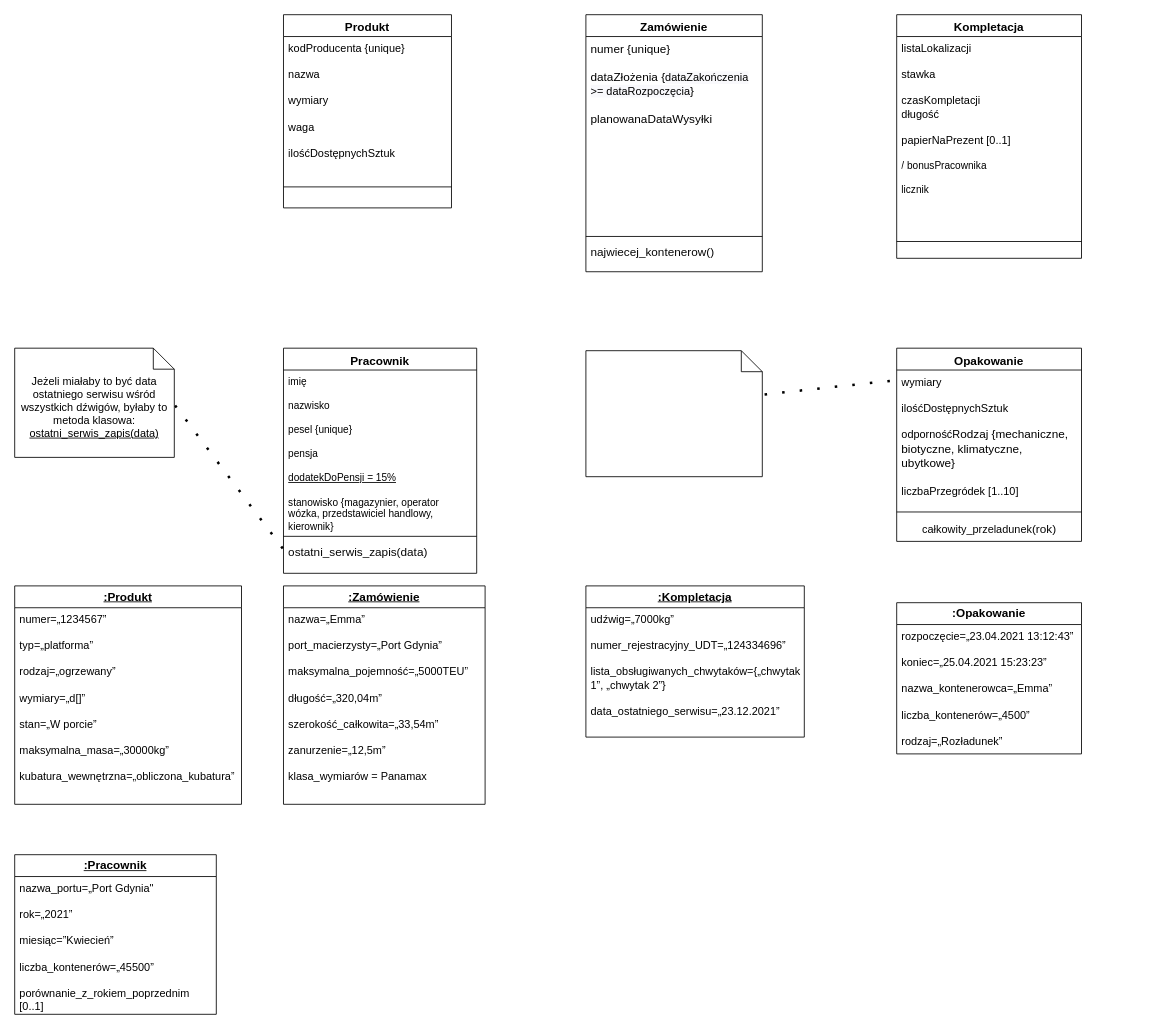
Earlier version of the draw.io diagram pri_dk_nowacki_mateuszs26264.drawio (mateusz-nowacki/uml-projects). Source tidied: cells renumbered, new cells numbered last; positions are measured from the earlier drawing's top-left corner, leaving out a move shared by most shapes. Both pictures are drawn from the tidied source at 84%, with x=0, y=0 at pixel (14, 14).
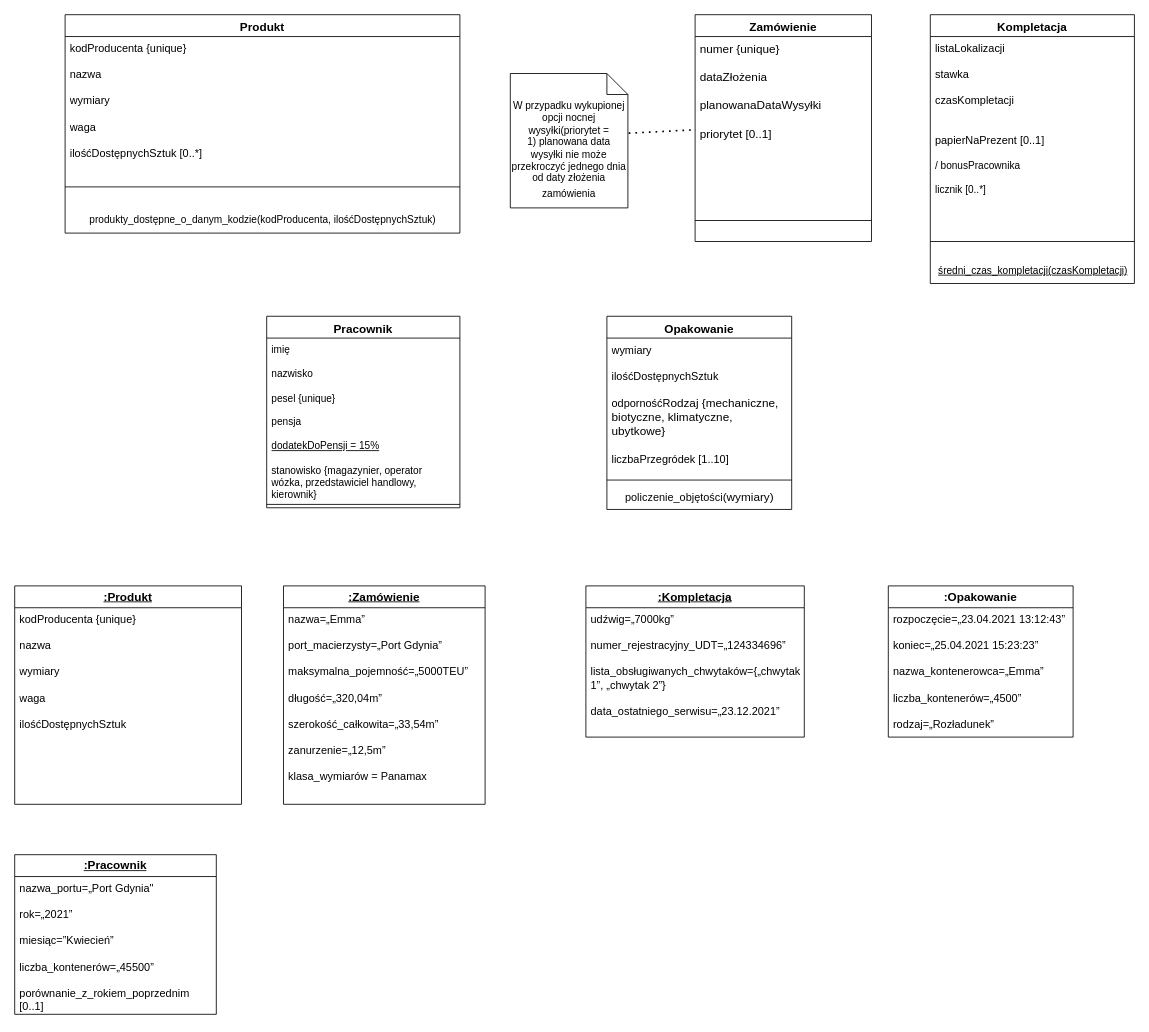
The same page after the edit.

Unchanged cells that the change refers to:
```xml
<mxCell id="20" value="&lt;font size=&quot;2&quot;&gt;wymiary&lt;/font&gt;&lt;br&gt;&lt;div&gt;&lt;font style=&quot;font-size: 13px;&quot;&gt;&lt;br&gt;ilośćDostępnychSztuk&lt;/font&gt;&lt;/div&gt;&lt;div&gt;&lt;font style=&quot;font-size: 13px;&quot;&gt;&lt;br&gt;odpornośćR&lt;/font&gt;&lt;span style=&quot;font-size: 14px;&quot;&gt;odzaj {mechaniczne, biotyczne, klimatyczne, ubytkowe}&lt;/span&gt;&lt;/div&gt;&lt;div&gt;&lt;span style=&quot;font-size: 14px;&quot;&gt;&lt;br&gt;&lt;/span&gt;&lt;/div&gt;&lt;div&gt;&lt;font style=&quot;font-size: 13px;&quot;&gt;liczbaPrzegródek [1..10]&lt;/font&gt;&lt;/div&gt;" style="text;strokeColor=none;fillColor=none;align=left;verticalAlign=top;spacingLeft=4;spacingRight=4;overflow=hidden;points=[[0,0.5],[1,0.5]];portConstraint=eastwest;whiteSpace=wrap;html=1;" parent="19" vertex="1">
  <mxGeometry y="26" width="220" height="164" as="geometry" />
</mxCell>
<mxCell id="24" value="&lt;span style=&quot;text-align: left;&quot;&gt;&lt;font style=&quot;font-size: 14px;&quot;&gt;&lt;b&gt;&lt;u&gt;:Produkt&lt;/u&gt;&lt;/b&gt;&lt;/font&gt;&lt;/span&gt;" style="swimlane;fontStyle=0;horizontal=1;startSize=26;fillColor=none;whiteSpace=wrap;html=1;" parent="1" vertex="1">
  <mxGeometry y="680" width="270" height="260" as="geometry" />
</mxCell>
```

The edit, as a diff of the source:
```diff
@@
-    <mxCell id="2" style="vsdxID=42;edgeStyle=none;dashed=1;dashPattern=1.00 6.00;startArrow=none;endArrow=none;startSize=5;endSize=5;strokeWidth=3;strokeColor=#000000;spacingTop=0;spacingBottom=0;spacingLeft=0;spacingRight=0;verticalAlign=middle;html=1;labelBackgroundColor=#ffffff;rounded=0;exitX=1.005;exitY=0.525;exitDx=0;exitDy=0;exitPerimeter=0;entryX=-0.001;entryY=0.282;entryDx=0;entryDy=0;entryPerimeter=0;" parent="1" edge="1" source="23" target="7">
-      <mxGeometry relative="1" as="geometry">
-        <mxPoint y="-1" as="offset" />
-      </mxGeometry>
-    </mxCell>
-    <mxCell id="3" style="vsdxID=46;edgeStyle=none;dashed=1;dashPattern=1.00 6.00;startArrow=none;endArrow=none;startSize=5;endSize=5;strokeWidth=3;strokeColor=#000000;spacingTop=0;spacingBottom=0;spacingLeft=0;spacingRight=0;verticalAlign=middle;html=1;labelBackgroundColor=#ffffff;rounded=0;entryX=0;entryY=0.5;entryDx=0;entryDy=0;entryPerimeter=0;exitX=-0.037;exitY=0.079;exitDx=0;exitDy=0;exitPerimeter=0;" parent="1" edge="1" source="20" target="12">
-      <mxGeometry relative="1" as="geometry">
-        <mxPoint x="-1" y="-1" as="offset" />
-      </mxGeometry>
-    </mxCell>
     <mxCell id="4" value="&lt;font style=&quot;font-size: 14px;&quot;&gt;Pracownik&lt;/font&gt;" style="swimlane;fontStyle=1;align=center;verticalAlign=top;horizontal=1;startSize=26;whiteSpace=wrap;html=1;" parent="1" vertex="1">
-      <mxGeometry x="320" y="397" width="230" height="268" as="geometry" />
+      <mxGeometry x="300" y="359" width="230" height="228" as="geometry" />
     </mxCell>
@@
-    <mxCell id="7" value="&lt;span style=&quot;caret-color: rgb(7, 7, 7); color: rgb(7, 7, 7);&quot;&gt;&lt;font style=&quot;font-size: 14px;&quot;&gt;ostatni_serwis_zapis(data)&lt;/font&gt;&lt;/span&gt;" style="text;strokeColor=none;fillColor=none;align=left;verticalAlign=top;spacingLeft=4;spacingRight=4;overflow=hidden;points=[[0,0.5],[1,0.5]];portConstraint=eastwest;whiteSpace=wrap;html=1;" parent="4" vertex="1">
-      <mxGeometry y="228" width="230" height="40" as="geometry" />
-    </mxCell>
     <mxCell id="8" value="&lt;font style=&quot;font-size: 14px;&quot;&gt;Zamówienie&lt;/font&gt;" style="swimlane;fontStyle=1;align=center;verticalAlign=top;horizontal=1;startSize=26;whiteSpace=wrap;html=1;" parent="1" vertex="1">
-      <mxGeometry x="680" width="210" height="306" as="geometry" />
+      <mxGeometry x="810" width="210" height="270" as="geometry" />
     </mxCell>
-    <mxCell id="9" value="&lt;font style=&quot;font-size: 14px;&quot;&gt;numer {unique}&lt;br&gt;&lt;br&gt;dataZłożenia {&lt;span style=&quot;caret-color: rgb(89, 93, 110); font-size: 13px; background-color: rgb(249, 249, 252);&quot;&gt;&lt;font face=&quot;Helvetica&quot;&gt;dataZakończenia &amp;gt;= dataRozpoczęcia&lt;/font&gt;&lt;/span&gt;}&lt;br&gt;&lt;br&gt;planowanaDataWysyłki&lt;br&gt;&lt;br&gt;&lt;br&gt;&lt;br&gt;&lt;/font&gt;" style="text;strokeColor=none;fillColor=none;align=left;verticalAlign=top;spacingLeft=4;spacingRight=4;overflow=hidden;points=[[0,0.5],[1,0.5]];portConstraint=eastwest;whiteSpace=wrap;html=1;" parent="8" vertex="1">
-      <mxGeometry y="26" width="210" height="234" as="geometry" />
+    <mxCell id="9" value="&lt;font style=&quot;font-size: 14px;&quot;&gt;numer {unique}&lt;br&gt;&lt;br&gt;dataZłożenia&lt;br&gt;&lt;br&gt;planowanaDataWysyłki&lt;/font&gt;&lt;div&gt;&lt;font style=&quot;font-size: 14px;&quot;&gt;&lt;br&gt;&lt;/font&gt;&lt;/div&gt;&lt;div&gt;&lt;font style=&quot;font-size: 14px;&quot;&gt;priorytet [0..1]&lt;/font&gt;&lt;/div&gt;&lt;div&gt;&lt;font style=&quot;font-size: 14px;&quot;&gt;&lt;br&gt;&lt;/font&gt;&lt;/div&gt;&lt;div&gt;&lt;font style=&quot;font-size: 14px;&quot;&gt;&lt;br&gt;&lt;br&gt;&lt;br&gt;&lt;br&gt;&lt;/font&gt;&lt;/div&gt;" style="text;strokeColor=none;fillColor=none;align=left;verticalAlign=top;spacingLeft=4;spacingRight=4;overflow=hidden;points=[[0,0.5],[1,0.5]];portConstraint=eastwest;whiteSpace=wrap;html=1;" parent="8" vertex="1">
+      <mxGeometry y="26" width="210" height="194" as="geometry" />
     </mxCell>
     <mxCell id="10" style="line;strokeWidth=1;fillColor=none;align=left;verticalAlign=middle;spacingTop=-1;spacingLeft=3;spacingRight=3;labelPosition=right;strokeColor=inherit;" parent="8" vertex="1">
-      <mxGeometry y="260" width="210" height="8" as="geometry" />
+      <mxGeometry y="220" width="210" height="50" as="geometry" />
     </mxCell>
-    <mxCell id="11" value="&lt;font style=&quot;font-size: 14px;&quot;&gt;&lt;span style=&quot;caret-color: rgb(7, 7, 7); color: rgb(7, 7, 7);&quot;&gt;najwiecej_kontenerow()&lt;/span&gt;&lt;/font&gt;" style="text;strokeColor=none;fillColor=none;align=left;verticalAlign=top;spacingLeft=4;spacingRight=4;overflow=hidden;whiteSpace=wrap;html=1;" parent="8" vertex="1">
-      <mxGeometry y="268" width="210" height="38" as="geometry" />
-    </mxCell>
-    <mxCell id="12" style="shape=note2;boundedLbl=1;whiteSpace=wrap;html=1;size=25;verticalAlign=top;align=center;" parent="1" vertex="1">
-      <mxGeometry x="680" y="400" width="210" height="150" as="geometry" />
-    </mxCell>
     <mxCell id="13" value="&lt;font style=&quot;font-size: 14px;&quot;&gt;Produkt&lt;/font&gt;" style="swimlane;fontStyle=1;align=center;verticalAlign=top;horizontal=1;startSize=26;whiteSpace=wrap;html=1;" parent="1" vertex="1">
-      <mxGeometry x="320" width="200" height="230" as="geometry" />
+      <mxGeometry x="60" width="470" height="260" as="geometry" />
     </mxCell>
-    <mxCell id="14" value="&lt;font style=&quot;font-size: 13px;&quot;&gt;kodProducenta {unique}&lt;br&gt;&lt;br&gt;nazwa&lt;br&gt;&lt;br&gt;wymiary&lt;br&gt;&lt;br&gt;waga&lt;br&gt;&lt;br&gt;&lt;/font&gt;&lt;div&gt;&lt;font style=&quot;font-size: 13px;&quot;&gt;ilośćDostępnychSztuk&lt;/font&gt;&lt;/div&gt;" style="text;strokeColor=none;fillColor=none;align=left;verticalAlign=top;spacingLeft=4;spacingRight=4;overflow=hidden;whiteSpace=wrap;html=1;" parent="13" vertex="1">
-      <mxGeometry y="26" width="200" height="154" as="geometry" />
+    <mxCell id="14" value="&lt;font style=&quot;font-size: 13px;&quot;&gt;kodProducenta {unique}&lt;br&gt;&lt;br&gt;nazwa&lt;br&gt;&lt;br&gt;wymiary&lt;br&gt;&lt;br&gt;waga&lt;br&gt;&lt;br&gt;&lt;/font&gt;&lt;div&gt;&lt;font style=&quot;font-size: 13px;&quot;&gt;ilośćDostępnychSztuk [0..*]&lt;/font&gt;&lt;/div&gt;" style="text;strokeColor=none;fillColor=none;align=left;verticalAlign=top;spacingLeft=4;spacingRight=4;overflow=hidden;whiteSpace=wrap;html=1;" parent="13" vertex="1">
+      <mxGeometry y="26" width="470" height="154" as="geometry" />
     </mxCell>
     <mxCell id="15" style="line;strokeWidth=1;fillColor=none;align=left;verticalAlign=middle;spacingTop=-1;spacingLeft=3;spacingRight=3;labelPosition=right;strokeColor=inherit;" parent="13" vertex="1">
-      <mxGeometry y="180" width="200" height="50" as="geometry" />
+      <mxGeometry y="180" width="470" height="50" as="geometry" />
     </mxCell>
+    <mxCell id="34" value="produkty_dostępne_o_danym_kodzie(kodProducenta, ilośćDostępnychSztuk)" style="text;html=1;align=center;verticalAlign=middle;strokeColor=none;fillColor=none;" parent="13" vertex="1">
+      <mxGeometry y="230" width="470" height="30" as="geometry" />
+    </mxCell>
     <mxCell id="16" value="&lt;span style=&quot;font-size: 14px;&quot;&gt;Kompletacja&lt;/span&gt;" style="swimlane;fontStyle=1;align=center;verticalAlign=top;horizontal=1;startSize=26;whiteSpace=wrap;html=1;" parent="1" vertex="1">
-      <mxGeometry x="1050" width="220" height="290" as="geometry" />
+      <mxGeometry x="1090" width="243" height="320" as="geometry" />
     </mxCell>
-    <mxCell id="17" value="&lt;font style=&quot;font-size: 13px;&quot;&gt;listaLokalizacji&lt;/font&gt;&lt;div&gt;&lt;font style=&quot;font-size: 13px;&quot;&gt;&lt;br&gt;stawka&amp;nbsp;&lt;br&gt;&lt;br&gt;&lt;/font&gt;&lt;/div&gt;&lt;div&gt;&lt;font style=&quot;font-size: 13px;&quot;&gt;czasKompletacji&lt;/font&gt;&lt;/div&gt;&lt;div&gt;&lt;font style=&quot;font-size: 13px;&quot;&gt;długość&amp;nbsp;&lt;br&gt;&lt;br&gt;&lt;/font&gt;&lt;/div&gt;&lt;div&gt;&lt;font style=&quot;font-size: 13px;&quot;&gt;papierNaPrezent [0..1]&lt;br&gt;&lt;br&gt;&lt;/font&gt;&lt;/div&gt;&lt;div&gt;/ bonusPracownika&lt;/div&gt;&lt;div&gt;&lt;br&gt;&lt;/div&gt;&lt;div&gt;licznik&lt;/div&gt;" style="text;strokeColor=none;fillColor=none;align=left;verticalAlign=top;spacingLeft=4;spacingRight=4;overflow=hidden;whiteSpace=wrap;html=1;" parent="16" vertex="1">
-      <mxGeometry y="26" width="220" height="224" as="geometry" />
+    <mxCell id="17" value="&lt;font style=&quot;font-size: 13px;&quot;&gt;listaLokalizacji&lt;/font&gt;&lt;div&gt;&lt;font style=&quot;font-size: 13px;&quot;&gt;&lt;br&gt;stawka&amp;nbsp;&lt;br&gt;&lt;br&gt;&lt;/font&gt;&lt;/div&gt;&lt;div&gt;&lt;font style=&quot;font-size: 13px;&quot;&gt;czasKompletacji&lt;/font&gt;&lt;/div&gt;&lt;div&gt;&lt;font style=&quot;font-size: 13px;&quot;&gt;&lt;br&gt;&lt;br&gt;&lt;/font&gt;&lt;/div&gt;&lt;div&gt;&lt;font style=&quot;font-size: 13px;&quot;&gt;papierNaPrezent [0..1]&lt;br&gt;&lt;br&gt;&lt;/font&gt;&lt;/div&gt;&lt;div&gt;/ bonusPracownika&lt;/div&gt;&lt;div&gt;&lt;br&gt;&lt;/div&gt;&lt;div&gt;licznik [0..*]&lt;/div&gt;" style="text;strokeColor=none;fillColor=none;align=left;verticalAlign=top;spacingLeft=4;spacingRight=4;overflow=hidden;whiteSpace=wrap;html=1;" parent="16" vertex="1">
+      <mxGeometry y="26" width="243" height="224" as="geometry" />
     </mxCell>
     <mxCell id="18" style="line;strokeWidth=1;fillColor=none;align=left;verticalAlign=middle;spacingTop=-1;spacingLeft=3;spacingRight=3;labelPosition=right;strokeColor=inherit;" parent="16" vertex="1">
-      <mxGeometry y="250" width="220" height="40" as="geometry" />
+      <mxGeometry y="250" width="243" height="40" as="geometry" />
     </mxCell>
+    <mxCell id="35" value="&lt;u&gt;średni_czas_kompletacji(czasKompletacji)&lt;/u&gt;" style="text;html=1;align=center;verticalAlign=middle;strokeColor=none;fillColor=none;" parent="16" vertex="1">
+      <mxGeometry y="290" width="243" height="30" as="geometry" />
+    </mxCell>
     <mxCell id="19" value="&lt;font style=&quot;font-size: 14px;&quot;&gt;Opakowanie&lt;/font&gt;" style="swimlane;fontStyle=1;align=center;verticalAlign=top;horizontal=1;startSize=26;whiteSpace=wrap;html=1;" parent="1" vertex="1">
-      <mxGeometry x="1050" y="397" width="220" height="230" as="geometry" />
+      <mxGeometry x="705" y="359" width="220" height="230" as="geometry" />
     </mxCell>
@@
-    <mxCell id="22" value="&lt;div style=&quot;text-align: left;&quot;&gt;&lt;span style=&quot;white-space: normal; caret-color: rgb(7, 7, 7); color: rgb(7, 7, 7);&quot;&gt;&lt;font style=&quot;font-size: 13px;&quot;&gt;całkowity_przeladunek&lt;/font&gt;&lt;/span&gt;&lt;span style=&quot;white-space: normal; caret-color: rgb(7, 7, 7); color: rgb(7, 7, 7); font-size: 14px; text-align: left;&quot;&gt;(rok)&lt;/span&gt;&lt;/div&gt;" style="text;html=1;align=center;verticalAlign=middle;strokeColor=none;fillColor=none;" parent="19" vertex="1">
+    <mxCell id="22" value="&lt;div style=&quot;text-align: left;&quot;&gt;&lt;span style=&quot;white-space: normal; caret-color: rgb(7, 7, 7); color: rgb(7, 7, 7); text-align: left;&quot;&gt;&lt;font size=&quot;2&quot;&gt;policzenie_objętości&lt;/font&gt;&lt;/span&gt;&lt;span style=&quot;white-space: normal; caret-color: rgb(7, 7, 7); color: rgb(7, 7, 7); font-size: 14px; text-align: left;&quot;&gt;(wymiary)&lt;/span&gt;&lt;/div&gt;" style="text;html=1;align=center;verticalAlign=middle;strokeColor=none;fillColor=none;" parent="19" vertex="1">
       <mxGeometry y="200" width="220" height="30" as="geometry" />
     </mxCell>
-    <mxCell id="23" value="&lt;font style=&quot;font-size: 13px;&quot;&gt;Jeżeli miałaby to być data ostatniego serwisu wśród wszystkich dźwigów, byłaby to metoda klasowa:&lt;/font&gt;&lt;div&gt;&lt;font style=&quot;font-size: 13px;&quot;&gt;&lt;u&gt;ostatni_serwis_zapis(data)&lt;/u&gt;&lt;/font&gt;&lt;/div&gt;" style="shape=note2;boundedLbl=1;whiteSpace=wrap;html=1;size=25;verticalAlign=top;align=center;" parent="1" vertex="1">
-      <mxGeometry y="397" width="190" height="130" as="geometry" />
-    </mxCell>
@@
-    <mxCell id="25" value="&lt;font style=&quot;font-size: 13px;&quot;&gt;numer=„1234567”&lt;/font&gt;&lt;div style=&quot;font-size: 13px;&quot;&gt;&lt;font style=&quot;font-size: 13px;&quot;&gt;&amp;nbsp;&lt;br&gt;typ=„platforma”&lt;/font&gt;&lt;/div&gt;&lt;div style=&quot;font-size: 13px;&quot;&gt;&lt;font style=&quot;font-size: 13px;&quot;&gt;&lt;br&gt;rodzaj=„ogrzewany”&amp;nbsp;&lt;/font&gt;&lt;/div&gt;&lt;div style=&quot;font-size: 13px;&quot;&gt;&lt;font style=&quot;font-size: 13px;&quot;&gt;&lt;br&gt;wymiary=„d[]”&lt;/font&gt;&lt;/div&gt;&lt;div style=&quot;font-size: 13px;&quot;&gt;&lt;font style=&quot;font-size: 13px;&quot;&gt;&lt;br&gt;stan=„W porcie”&lt;/font&gt;&lt;/div&gt;&lt;div style=&quot;font-size: 13px;&quot;&gt;&lt;font style=&quot;font-size: 13px;&quot;&gt;&lt;br&gt;&lt;/font&gt;&lt;/div&gt;&lt;div style=&quot;font-size: 13px;&quot;&gt;&lt;font style=&quot;font-size: 13px;&quot;&gt;maksymalna_masa=„30000kg”&lt;/font&gt;&lt;/div&gt;&lt;div style=&quot;font-size: 13px;&quot;&gt;&lt;font style=&quot;font-size: 13px;&quot;&gt;&lt;br&gt;kubatura_wewnętrzna=„obliczona_kubatura”&lt;/font&gt;&lt;br&gt;&lt;/div&gt;" style="text;strokeColor=none;fillColor=none;align=left;verticalAlign=top;spacingLeft=4;spacingRight=4;overflow=hidden;whiteSpace=wrap;html=1;" parent="24" vertex="1">
+    <mxCell id="25" value="&lt;div style=&quot;font-size: 13px;&quot;&gt;kodProducenta {unique}&lt;br&gt;&lt;br&gt;nazwa&lt;br&gt;&lt;br&gt;wymiary&lt;br&gt;&lt;br&gt;waga&lt;br&gt;&lt;br&gt;&lt;div style=&quot;font-size: 12px;&quot;&gt;&lt;font style=&quot;font-size: 13px;&quot;&gt;ilośćDostępnychSztuk&lt;/font&gt;&lt;/div&gt;&lt;/div&gt;" style="text;strokeColor=none;fillColor=none;align=left;verticalAlign=top;spacingLeft=4;spacingRight=4;overflow=hidden;whiteSpace=wrap;html=1;" parent="24" vertex="1">
       <mxGeometry y="26" width="270" height="234" as="geometry" />
     </mxCell>
@@
     <mxCell id="32" value="&lt;span style=&quot;text-align: left; font-size: 14px;&quot;&gt;&lt;b&gt;&lt;font style=&quot;font-size: 14px;&quot;&gt;:Opakowanie&lt;/font&gt;&lt;/b&gt;&lt;/span&gt;" style="swimlane;fontStyle=0;horizontal=1;startSize=26;fillColor=none;whiteSpace=wrap;html=1;" parent="1" vertex="1">
-      <mxGeometry x="1050" y="700" width="220" height="180" as="geometry" />
+      <mxGeometry x="1040" y="680" width="220" height="180" as="geometry" />
     </mxCell>
@@
+    <mxCell id="36" value="W przypadku wykupionej opcji nocnej wysyłki(priorytet = 1)&amp;nbsp;&lt;span style=&quot;text-align: start;&quot;&gt;&lt;font style=&quot;font-size: 12px;&quot;&gt;planowana data wysyłki nie może przekroczyć jednego dnia od daty złożenia zamówienia&lt;/font&gt;&lt;/span&gt;&lt;span style=&quot;font-family: -webkit-standard; font-size: medium; text-align: start;&quot;&gt;&lt;/span&gt;" style="shape=note2;boundedLbl=1;whiteSpace=wrap;html=1;size=25;verticalAlign=top;align=center;" parent="1" vertex="1">
+      <mxGeometry x="590" y="70" width="140" height="160" as="geometry" />
+    </mxCell>
+    <mxCell id="37" style="endArrow=none;dashed=1;html=1;dashPattern=1 3;strokeWidth=2;rounded=0;exitX=1.007;exitY=0.444;exitDx=0;exitDy=0;exitPerimeter=0;entryX=0.005;entryY=0.572;entryDx=0;entryDy=0;entryPerimeter=0;" parent="1" edge="1" source="36" target="9">
+      <mxGeometry relative="1" as="geometry" />
+    </mxCell>
```
